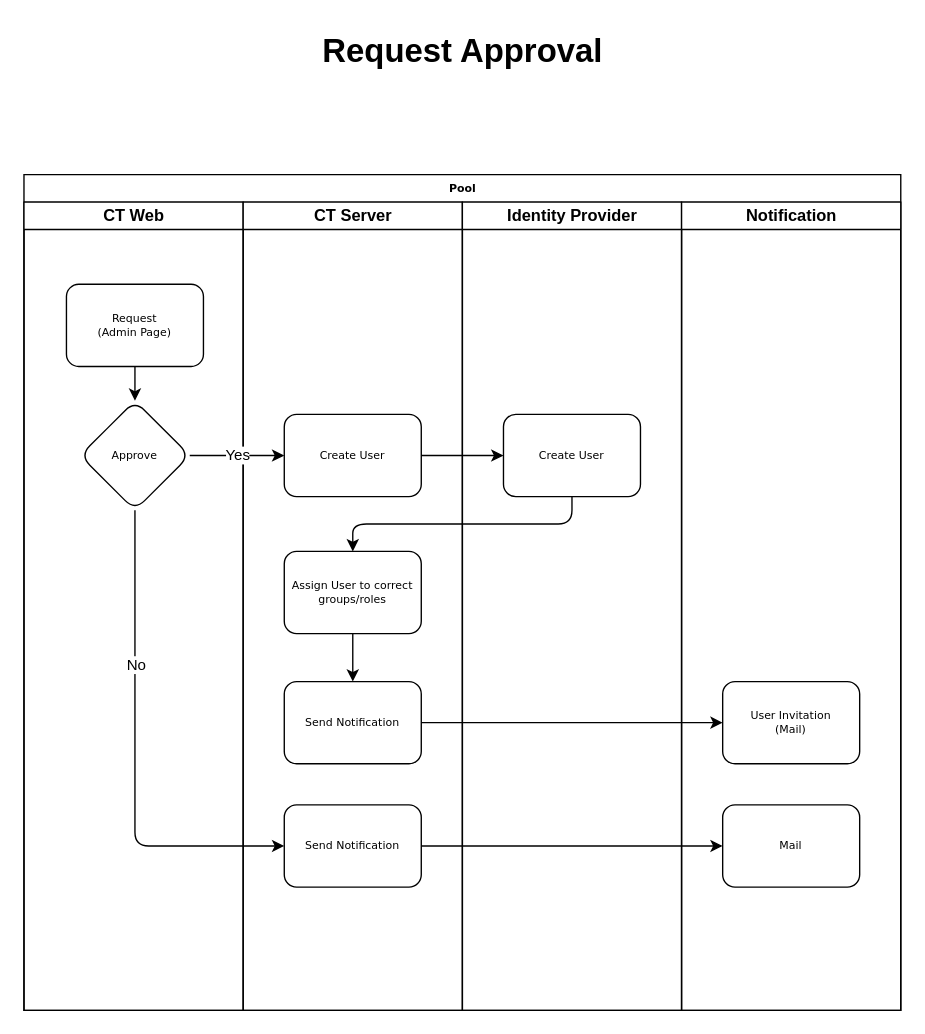
This is page "Request Approval" (5 of 5) of Design/UserOnboardingFlow.drawio from alkem-io/alkemio, a draw.io file, before an edit. Source tidied: cells renumbered, new cells numbered last; positions are measured from the earlier drawing's top-left corner, leaving out a move shared by most shapes. Both pictures are drawn from the tidied source at 137%, with x=0, y=0 at pixel (23, 23).
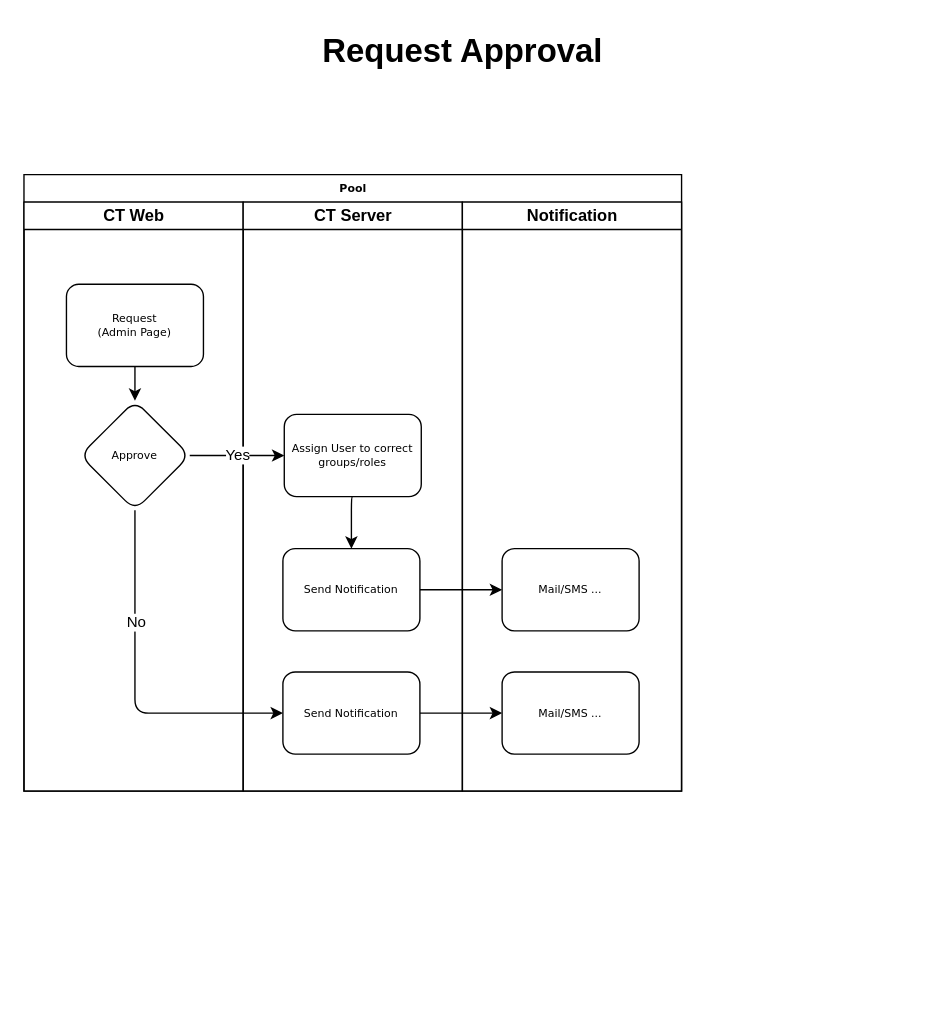
Above is the later version.

Unchanged cells that the change refers to:
```xml
<mxCell id="5" value="Approve" style="rhombus;whiteSpace=wrap;html=1;rounded=1;shadow=0;fontFamily=Verdana;fontSize=8;strokeWidth=1;" parent="3" vertex="1">
  <mxGeometry x="41" y="145" width="80" height="80" as="geometry" />
</mxCell>
```

Change to the diagram source:
```diff
@@
     <mxCell id="2" value="Pool" style="swimlane;html=1;startSize=20;rounded=0;shadow=0;labelBackgroundColor=none;strokeWidth=1;fontFamily=Verdana;fontSize=8;align=center;" parent="1" vertex="1">
-      <mxGeometry y="110" width="640" height="610" as="geometry" />
+      <mxGeometry y="110" width="480" height="450" as="geometry" />
     </mxCell>
     <mxCell id="3" value="CT Web" style="swimlane;html=1;startSize=20;" parent="2" vertex="1">
-      <mxGeometry y="20" width="160" height="590" as="geometry" />
+      <mxGeometry y="20" width="160" height="430" as="geometry" />
     </mxCell>
@@
+    <mxCell id="20" style="edgeStyle=orthogonalEdgeStyle;rounded=1;jettySize=auto;html=1;entryX=0;entryY=0.5;entryDx=0;entryDy=0;" parent="2" edge="1" source="11" target="16">
+      <mxGeometry relative="1" as="geometry" />
+    </mxCell>
+    <mxCell id="23" style="edgeStyle=orthogonalEdgeStyle;rounded=1;jettySize=auto;html=1;" parent="2" edge="1" source="12" target="17">
+      <mxGeometry relative="1" as="geometry" />
+    </mxCell>
     <mxCell id="7" value="CT Server" style="swimlane;html=1;startSize=20;" parent="2" vertex="1">
-      <mxGeometry x="160" y="20" width="160" height="590" as="geometry" />
+      <mxGeometry x="160" y="20" width="160" height="430" as="geometry" />
     </mxCell>
-    <mxCell id="8" value="Create User" style="rounded=1;whiteSpace=wrap;html=1;shadow=0;labelBackgroundColor=none;strokeWidth=1;fontFamily=Verdana;fontSize=8;align=center;" parent="7" vertex="1">
-      <mxGeometry x="30" y="155" width="100" height="60" as="geometry" />
-    </mxCell>
@@
     <mxCell id="10" value="Assign User to correct groups/roles" style="rounded=1;whiteSpace=wrap;html=1;shadow=0;labelBackgroundColor=none;strokeWidth=1;fontFamily=Verdana;fontSize=8;align=center;" parent="7" vertex="1">
-      <mxGeometry x="30" y="255" width="100" height="60" as="geometry" />
+      <mxGeometry x="30" y="155" width="100" height="60" as="geometry" />
     </mxCell>
     <mxCell id="11" value="Send Notification" style="rounded=1;whiteSpace=wrap;html=1;shadow=0;labelBackgroundColor=none;strokeWidth=1;fontFamily=Verdana;fontSize=8;align=center;" parent="7" vertex="1">
-      <mxGeometry x="30" y="350" width="100" height="60" as="geometry" />
+      <mxGeometry x="29" y="253" width="100" height="60" as="geometry" />
     </mxCell>
     <mxCell id="12" value="Send Notification" style="rounded=1;whiteSpace=wrap;html=1;shadow=0;labelBackgroundColor=none;strokeWidth=1;fontFamily=Verdana;fontSize=8;align=center;" parent="7" vertex="1">
-      <mxGeometry x="30" y="440" width="100" height="60" as="geometry" />
+      <mxGeometry x="29" y="343" width="100" height="60" as="geometry" />
     </mxCell>
-    <mxCell id="13" value="Identity Provider" style="swimlane;html=1;startSize=20;" parent="2" vertex="1">
-      <mxGeometry x="320" y="20" width="160" height="590" as="geometry" />
-    </mxCell>
-    <mxCell id="14" value="Create User" style="rounded=1;whiteSpace=wrap;html=1;shadow=0;labelBackgroundColor=none;strokeWidth=1;fontFamily=Verdana;fontSize=8;align=center;" parent="13" vertex="1">
-      <mxGeometry x="30" y="155" width="100" height="60" as="geometry" />
-    </mxCell>
     <mxCell id="15" value="Notification" style="swimlane;html=1;startSize=20;" parent="2" vertex="1">
-      <mxGeometry x="480" y="20" width="160" height="590" as="geometry" />
+      <mxGeometry x="320" y="20" width="160" height="430" as="geometry" />
     </mxCell>
-    <mxCell id="16" value="User Invitation&lt;br&gt;(Mail)" style="rounded=1;whiteSpace=wrap;html=1;shadow=0;labelBackgroundColor=none;strokeWidth=1;fontFamily=Verdana;fontSize=8;align=center;" parent="15" vertex="1">
-      <mxGeometry x="30" y="350" width="100" height="60" as="geometry" />
+    <mxCell id="16" value="Mail/SMS ..." style="rounded=1;whiteSpace=wrap;html=1;shadow=0;labelBackgroundColor=none;strokeWidth=1;fontFamily=Verdana;fontSize=8;align=center;" parent="15" vertex="1">
+      <mxGeometry x="29" y="253" width="100" height="60" as="geometry" />
     </mxCell>
-    <mxCell id="17" value="Mail" style="rounded=1;whiteSpace=wrap;html=1;shadow=0;labelBackgroundColor=none;strokeWidth=1;fontFamily=Verdana;fontSize=8;align=center;" parent="15" vertex="1">
-      <mxGeometry x="30" y="440" width="100" height="60" as="geometry" />
+    <mxCell id="17" value="Mail/SMS ..." style="rounded=1;whiteSpace=wrap;html=1;shadow=0;labelBackgroundColor=none;strokeWidth=1;fontFamily=Verdana;fontSize=8;align=center;" parent="15" vertex="1">
+      <mxGeometry x="29" y="343" width="100" height="60" as="geometry" />
     </mxCell>
-    <mxCell id="18" value="Yes" style="edgeStyle=orthogonalEdgeStyle;rounded=1;jettySize=auto;html=1;entryX=0;entryY=0.5;entryDx=0;entryDy=0;" parent="2" edge="1" source="5" target="8">
+    <mxCell id="18" value="Yes" style="edgeStyle=orthogonalEdgeStyle;rounded=1;jettySize=auto;html=1;entryX=0;entryY=0.5;entryDx=0;entryDy=0;" parent="2" edge="1" source="5" target="10">
       <mxGeometry relative="1" as="geometry" />
     </mxCell>
-    <mxCell id="19" style="edgeStyle=orthogonalEdgeStyle;rounded=1;jettySize=auto;html=1;exitX=0.5;exitY=1;exitDx=0;exitDy=0;" parent="2" edge="1" source="14" target="10">
-      <mxGeometry relative="1" as="geometry" />
-    </mxCell>
-    <mxCell id="20" style="edgeStyle=orthogonalEdgeStyle;rounded=1;jettySize=auto;html=1;entryX=0;entryY=0.5;entryDx=0;entryDy=0;" parent="2" edge="1" source="11" target="16">
-      <mxGeometry relative="1" as="geometry" />
-    </mxCell>
     <mxCell id="21" style="edgeStyle=orthogonalEdgeStyle;rounded=1;jettySize=auto;html=1;entryX=0;entryY=0.5;entryDx=0;entryDy=0;exitX=0.5;exitY=1;exitDx=0;exitDy=0;" parent="2" edge="1" source="5" target="12">
       <mxGeometry relative="1" as="geometry">
         <Array as="points">
-          <mxPoint x="81" y="490" />
+          <mxPoint x="81" y="393" />
         </Array>
       </mxGeometry>
     </mxCell>
@@
-    <mxCell id="23" style="edgeStyle=orthogonalEdgeStyle;rounded=1;jettySize=auto;html=1;" parent="2" edge="1" source="12" target="17">
-      <mxGeometry relative="1" as="geometry" />
-    </mxCell>
-    <mxCell id="24" style="edgeStyle=orthogonalEdgeStyle;rounded=1;jettySize=auto;html=1;exitX=1;exitY=0.5;exitDx=0;exitDy=0;entryX=0;entryY=0.5;entryDx=0;entryDy=0;" parent="2" edge="1" source="8" target="14">
-      <mxGeometry relative="1" as="geometry" />
-    </mxCell>
```
